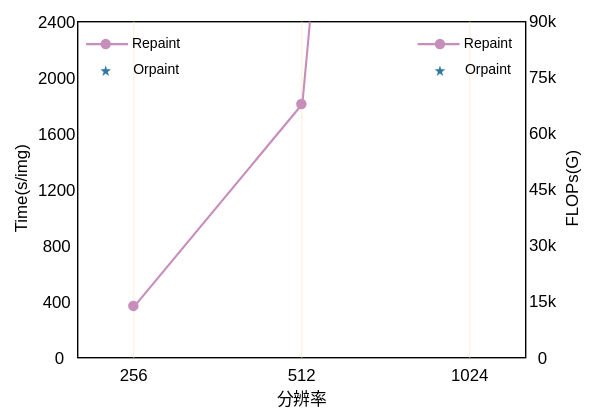
Above: img_in_paper/textunet.drawio.svg in YMlinfeng/undergraduate_thesis (draw.io), before the change. Source tidied: cells renumbered, new cells last; positions are measured from the earlier drawing's top-left corner, leaving out a move shared by most shapes.
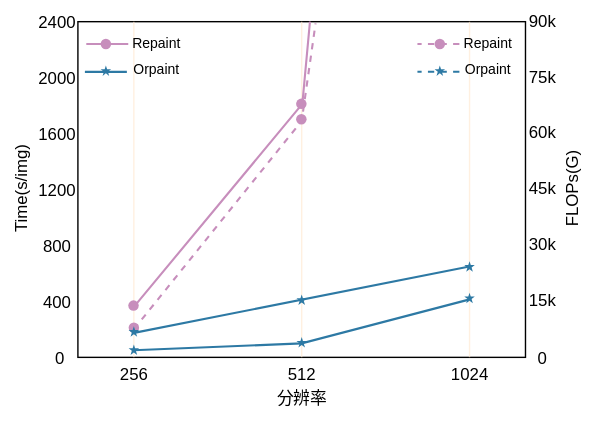
The same diagram one commit later.

What changed in the source:
```diff
@@ -122,7 +122,7 @@
         </Array>
       </mxGeometry>
     </mxCell>
-    <mxCell id="38" style="endArrow=none;html=1;rounded=0;strokeWidth=1.5;strokeColor=#c78ebc;" parent="1" edge="1">
+    <mxCell id="38" style="endArrow=none;html=1;rounded=0;strokeWidth=1.5;strokeColor=#c78ebc;dashed=1;" parent="1" edge="1">
       <mxGeometry relative="1" as="geometry">
         <mxPoint x="357.8" y="31" as="sourcePoint" />
         <mxPoint x="327.8" y="31" as="targetPoint" />
@@ -131,5 +131,67 @@
         </Array>
       </mxGeometry>
     </mxCell>
+    <mxCell id="39" style="endArrow=none;html=1;rounded=0;strokeWidth=1.5;entryX=0.531;entryY=0.005;entryDx=0;entryDy=0;entryPerimeter=0;exitX=0.864;exitY=0.248;exitDx=0;exitDy=0;exitPerimeter=0;strokeColor=#c78ebc;dashed=1;" parent="1" edge="1" target="2">
+      <mxGeometry relative="1" as="geometry">
+        <mxPoint x="125" y="234.9" as="sourcePoint" />
+        <Array as="points">
+          <mxPoint x="245" y="86" />
+        </Array>
+      </mxGeometry>
+    </mxCell>
+    <mxCell id="40" style="ellipse;whiteSpace=wrap;html=1;fillColor=#C78EBC;strokeColor=none;" parent="1" vertex="1">
+      <mxGeometry x="121.2" y="230" width="7.5" height="7.5" as="geometry" />
+    </mxCell>
+    <mxCell id="41" style="ellipse;whiteSpace=wrap;html=1;fillColor=#C78EBC;strokeColor=none;" parent="1" vertex="1">
+      <mxGeometry x="241" y="81" width="7.5" height="7.5" as="geometry" />
+    </mxCell>
+    <mxCell id="42" style="endArrow=none;html=1;rounded=0;strokeWidth=1.5;entryX=0.73;entryY=0.6;entryDx=0;entryDy=0;entryPerimeter=0;strokeColor=#2d79a4;exitX=0.5;exitY=1;exitDx=0;exitDy=0;" parent="1" edge="1" target="21">
+      <mxGeometry relative="1" as="geometry">
+        <mxPoint x="125.1" y="237.5" as="sourcePoint" />
+      </mxGeometry>
+    </mxCell>
+    <mxCell id="43" style="endArrow=none;html=1;rounded=0;strokeWidth=1.5;strokeColor=#2D79A4;" parent="1" edge="1">
+      <mxGeometry relative="1" as="geometry">
+        <mxPoint x="120" y="50.9" as="sourcePoint" />
+        <mxPoint x="90" y="50.9" as="targetPoint" />
+        <Array as="points">
+          <mxPoint x="120" y="50.9" />
+        </Array>
+      </mxGeometry>
+    </mxCell>
+    <mxCell id="44" style="endArrow=none;html=1;rounded=0;strokeWidth=1.5;strokeColor=#2D79A4;dashed=1;" parent="1" edge="1">
+      <mxGeometry relative="1" as="geometry">
+        <mxPoint x="357.8" y="50.8" as="sourcePoint" />
+        <mxPoint x="327.8" y="50.8" as="targetPoint" />
+        <Array as="points">
+          <mxPoint x="357.8" y="50.8" />
+        </Array>
+      </mxGeometry>
+    </mxCell>
+    <mxCell id="45" style="verticalLabelPosition=bottom;verticalAlign=top;html=1;shape=mxgraph.basic.star;fillColor=#2d79a4;strokeColor=none;" parent="1" vertex="1">
+      <mxGeometry x="121.2" y="232.8" width="7.5" height="7.5" as="geometry" />
+    </mxCell>
+    <mxCell id="46" style="verticalLabelPosition=bottom;verticalAlign=top;html=1;shape=mxgraph.basic.star;fillColor=#2d79a4;strokeColor=none;" parent="1" vertex="1">
+      <mxGeometry x="241.2" y="210" width="7.5" height="7.5" as="geometry" />
+    </mxCell>
+    <mxCell id="47" style="verticalLabelPosition=bottom;verticalAlign=top;html=1;shape=mxgraph.basic.star;fillColor=#2d79a4;strokeColor=none;" parent="1" vertex="1">
+      <mxGeometry x="361.2" y="186.2" width="7.5" height="7.5" as="geometry" />
+    </mxCell>
+    <mxCell id="48" style="endArrow=none;html=1;rounded=0;strokeWidth=1.5;entryX=0.828;entryY=0.556;entryDx=0;entryDy=0;entryPerimeter=0;strokeColor=#2d79a4;exitX=0.979;exitY=0.528;exitDx=0;exitDy=0;exitPerimeter=0;" parent="1" edge="1" source="22" target="21">
+      <mxGeometry relative="1" as="geometry">
+        <Array as="points">
+          <mxPoint x="245" y="245" />
+        </Array>
+      </mxGeometry>
+    </mxCell>
+    <mxCell id="49" style="verticalLabelPosition=bottom;verticalAlign=top;html=1;shape=mxgraph.basic.star;fillColor=#2d79a4;strokeColor=none;" parent="1" vertex="1">
+      <mxGeometry x="121.2" y="245.8" width="7.5" height="7.5" as="geometry" />
+    </mxCell>
+    <mxCell id="50" style="verticalLabelPosition=bottom;verticalAlign=top;html=1;shape=mxgraph.basic.star;fillColor=#2d79a4;strokeColor=none;" parent="1" vertex="1">
+      <mxGeometry x="241.2" y="240.5" width="7.5" height="7.5" as="geometry" />
+    </mxCell>
+    <mxCell id="51" style="verticalLabelPosition=bottom;verticalAlign=top;html=1;shape=mxgraph.basic.star;fillColor=#2d79a4;strokeColor=none;" parent="1" vertex="1">
+      <mxGeometry x="361.2" y="208.8" width="7.5" height="7.5" as="geometry" />
+    </mxCell>
   </root>
 </mxGraphModel>
```
